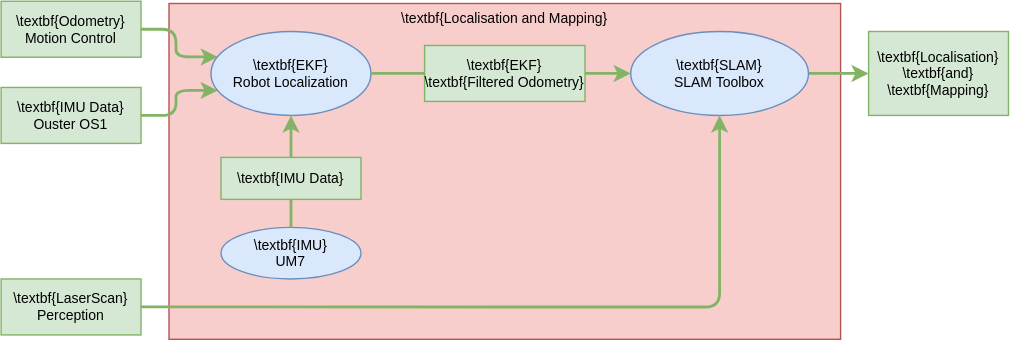
Before: Figures/figLocMapping.drawio.svg, a diagram exported from draw.io (orjano-max/ORJANOS_MASTER_REPO). Source tidied: cells renumbered, new cells last; positions are measured from the earlier drawing's top-left corner, leaving out a move shared by most shapes.
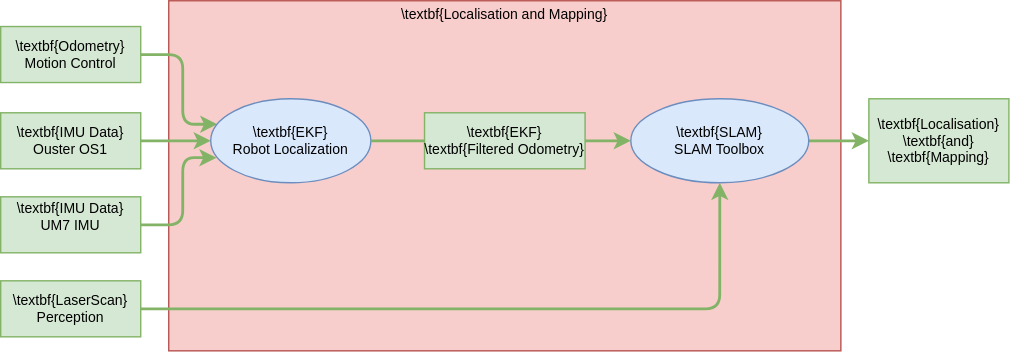
After the commit.

What changed in the source:
```diff
@@ -3,7 +3,7 @@
     <mxCell id="0" />
     <mxCell id="1" parent="0" />
     <mxCell id="2" style="rounded=0;fillColor=#f8cecc;strokeColor=#b85450;fontSize=10;" parent="1" vertex="1">
-      <mxGeometry x="120" y="2" width="480" height="240" as="geometry" />
+      <mxGeometry x="120" y="-18" width="480" height="250" as="geometry" />
     </mxCell>
     <mxCell id="3" value="\textbf{IMU Data}&#10;Ouster OS1" style="rounded=0;fillColor=#d5e8d4;strokeColor=#82b366;fontSize=10;" parent="1" vertex="1">
       <mxGeometry y="62" width="100" height="40" as="geometry" />
@@ -11,60 +11,64 @@
     <mxCell id="4" value="\textbf{Odometry}&#10;Motion Control" style="rounded=0;fillColor=#d5e8d4;strokeColor=#82b366;fontSize=10;" parent="1" vertex="1">
       <mxGeometry y="0.4" width="100" height="40" as="geometry" />
     </mxCell>
-    <mxCell id="5" style="edgeStyle=orthogonalEdgeStyle;jettySize=auto;fillColor=#d5e8d4;strokeColor=#82b366;strokeWidth=2;rounded=1;exitX=1;exitY=0.5;exitDx=0;exitDy=0;entryX=0.042;entryY=0.702;entryDx=0;entryDy=0;entryPerimeter=0;fontSize=10;" parent="1" edge="1" source="3" target="12">
+    <mxCell id="5" style="edgeStyle=orthogonalEdgeStyle;jettySize=auto;fillColor=#d5e8d4;strokeColor=#82b366;strokeWidth=2;rounded=1;exitX=1;exitY=0.5;exitDx=0;exitDy=0;entryX=0;entryY=0.5;entryDx=0;entryDy=0;fontSize=10;" parent="1" edge="1" source="3" target="12">
       <mxGeometry relative="1" as="geometry" />
     </mxCell>
     <mxCell id="6" style="edgeStyle=orthogonalEdgeStyle;jettySize=auto;fillColor=#d5e8d4;strokeColor=#82b366;strokeWidth=2;rounded=1;exitX=1;exitY=0.5;exitDx=0;exitDy=0;entryX=0.043;entryY=0.303;entryDx=0;entryDy=0;entryPerimeter=0;fontSize=10;" parent="1" edge="1" source="4" target="12">
-      <mxGeometry relative="1" as="geometry" />
+      <mxGeometry relative="1" as="geometry">
+        <Array as="points">
+          <mxPoint x="130" y="20" />
+          <mxPoint x="130" y="70" />
+        </Array>
+      </mxGeometry>
     </mxCell>
     <mxCell id="7" value="\textbf{Localisation}&#10;\textbf{and}&#10;\textbf{Mapping}" style="rounded=0;fillColor=#d5e8d4;strokeColor=#82b366;fontSize=10;" parent="1" vertex="1">
-      <mxGeometry x="620" y="22" width="100" height="60" as="geometry" />
+      <mxGeometry x="620" y="52" width="100" height="60" as="geometry" />
     </mxCell>
     <mxCell id="8" style="edgeStyle=orthogonalEdgeStyle;jettySize=auto;fillColor=#d5e8d4;strokeColor=#82b366;strokeWidth=2;rounded=1;exitX=1;exitY=0.5;exitDx=0;exitDy=0;entryX=0;entryY=0.5;entryDx=0;entryDy=0;fontSize=10;" parent="1" edge="1" source="13" target="7">
       <mxGeometry relative="1" as="geometry" />
     </mxCell>
     <mxCell id="9" value="\textbf{Localisation and Mapping}" style="text;strokeColor=none;fillColor=none;align=center;verticalAlign=middle;rounded=0;fontSize=10;" parent="1" vertex="1">
-      <mxGeometry x="238.7" y="3.6" width="242.6" height="18.4" as="geometry" />
+      <mxGeometry x="238.7" y="-18" width="242.6" height="18.4" as="geometry" />
     </mxCell>
-    <mxCell id="10" value="\textbf{IMU}&#10;UM7" style="ellipse;fillColor=#dae8fc;strokeColor=#6c8ebf;fontStyle=0;fontSize=10;" parent="1" vertex="1">
-      <mxGeometry x="157.2" y="162" width="100" height="36.9" as="geometry" />
-    </mxCell>
     <mxCell id="11" value="\textbf{EKF}&#10;\textbf{Filtered Odometry}" style="rounded=0;fillColor=#d5e8d4;strokeColor=#82b366;fontSize=10;" parent="1" vertex="1">
-      <mxGeometry x="302.7" y="32" width="114.6" height="40" as="geometry" />
+      <mxGeometry x="302.7" y="62" width="114.6" height="40" as="geometry" />
     </mxCell>
     <mxCell id="12" value="\textbf{EKF}&#10;Robot Localization" style="ellipse;fillColor=#dae8fc;strokeColor=#6c8ebf;fontStyle=0;fontSize=10;" parent="1" vertex="1">
-      <mxGeometry x="150" y="22" width="114.4" height="60" as="geometry" />
+      <mxGeometry x="150" y="52" width="114.4" height="60" as="geometry" />
     </mxCell>
     <mxCell id="13" value="\textbf{SLAM}&#10;SLAM Toolbox" style="ellipse;fillColor=#dae8fc;strokeColor=#6c8ebf;fontStyle=0;fontSize=10;" parent="1" vertex="1">
-      <mxGeometry x="450" y="22" width="127.1" height="60" as="geometry" />
+      <mxGeometry x="450" y="52" width="127.1" height="60" as="geometry" />
     </mxCell>
-    <mxCell id="14" value="\textbf{IMU Data}" style="rounded=0;fillColor=#d5e8d4;strokeColor=#82b366;fontSize=10;" parent="1" vertex="1">
-      <mxGeometry x="157.2" y="112" width="100" height="30" as="geometry" />
+    <mxCell id="14" value="\textbf{IMU Data}&#10;UM7 IMU&#10;" style="rounded=0;fillColor=#d5e8d4;strokeColor=#82b366;fontSize=10;" parent="1" vertex="1">
+      <mxGeometry y="122" width="100" height="40" as="geometry" />
     </mxCell>
-    <mxCell id="15" style="edgeStyle=orthogonalEdgeStyle;jettySize=auto;fillColor=#d5e8d4;strokeColor=#82b366;strokeWidth=2;rounded=1;endArrow=none;endFill=0;fontSize=10;exitX=0.5;exitY=0;exitDx=0;exitDy=0;entryX=0.5;entryY=1;entryDx=0;entryDy=0;" parent="1" edge="1" source="10" target="14">
-      <mxGeometry relative="1" as="geometry" />
-    </mxCell>
-    <mxCell id="16" style="edgeStyle=orthogonalEdgeStyle;jettySize=auto;fillColor=#d5e8d4;strokeColor=#82b366;strokeWidth=2;rounded=1;fontSize=10;entryX=0.5;entryY=1;entryDx=0;entryDy=0;exitX=0.5;exitY=0;exitDx=0;exitDy=0;" parent="1" edge="1" source="14" target="12">
-      <mxGeometry relative="1" as="geometry" />
+    <mxCell id="16" style="edgeStyle=orthogonalEdgeStyle;jettySize=auto;fillColor=#d5e8d4;strokeColor=#82b366;strokeWidth=2;rounded=1;fontSize=10;entryX=0.036;entryY=0.701;entryDx=0;entryDy=0;exitX=1;exitY=0.5;exitDx=0;exitDy=0;entryPerimeter=0;" parent="1" edge="1" source="14" target="12">
+      <mxGeometry relative="1" as="geometry">
+        <Array as="points">
+          <mxPoint x="130" y="142" />
+          <mxPoint x="130" y="94" />
+        </Array>
+      </mxGeometry>
     </mxCell>
     <mxCell id="17" style="edgeStyle=orthogonalEdgeStyle;jettySize=auto;fillColor=#d5e8d4;strokeColor=#82b366;strokeWidth=2;rounded=1;exitX=1;exitY=0.5;exitDx=0;exitDy=0;entryX=0;entryY=0.5;entryDx=0;entryDy=0;endArrow=none;endFill=0;fontSize=10;" parent="1" edge="1" source="12" target="11">
       <mxGeometry relative="1" as="geometry">
         <Array as="points">
-          <mxPoint x="270" y="52" />
-          <mxPoint x="270" y="52" />
+          <mxPoint x="290" y="82" />
+          <mxPoint x="290" y="82" />
         </Array>
       </mxGeometry>
     </mxCell>
     <mxCell id="18" style="edgeStyle=orthogonalEdgeStyle;jettySize=auto;fillColor=#d5e8d4;strokeColor=#82b366;strokeWidth=2;rounded=1;exitX=1;exitY=0.5;exitDx=0;exitDy=0;entryX=0;entryY=0.5;entryDx=0;entryDy=0;fontSize=10;" parent="1" edge="1" source="11" target="13">
       <mxGeometry relative="1" as="geometry">
         <Array as="points">
-          <mxPoint x="430" y="52" />
-          <mxPoint x="430" y="52" />
+          <mxPoint x="430" y="82" />
+          <mxPoint x="430" y="82" />
         </Array>
       </mxGeometry>
     </mxCell>
     <mxCell id="19" value="\textbf{LaserScan}&#10;Perception" style="rounded=0;fillColor=#d5e8d4;strokeColor=#82b366;fontSize=10;" parent="1" vertex="1">
-      <mxGeometry y="198.9" width="100" height="40" as="geometry" />
+      <mxGeometry y="182" width="100" height="40" as="geometry" />
     </mxCell>
     <mxCell id="20" style="edgeStyle=orthogonalEdgeStyle;jettySize=auto;fillColor=#d5e8d4;strokeColor=#82b366;strokeWidth=2;rounded=1;exitX=1;exitY=0.5;exitDx=0;exitDy=0;entryX=0.5;entryY=1;entryDx=0;entryDy=0;fontSize=10;" parent="1" edge="1" source="19" target="13">
       <mxGeometry relative="1" as="geometry" />
```
